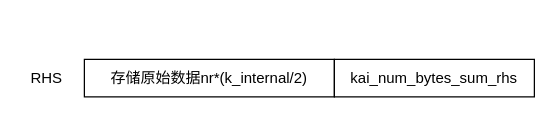
Earlier version of the draw.io diagram ARM/kleidiAI.drawio (mailonghua/drawio). Source tidied: cells renumbered, new cells numbered last; positions are measured from the earlier drawing's top-left corner, leaving out a move shared by most shapes. Both pictures are drawn from the tidied source at 125%, with x=0, y=0 at pixel (21, 59).
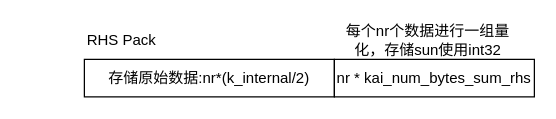
Above is the later version.

Diff of the diagram source:
```diff
@@
 <mxGraphModel>
   <root>
     <mxCell id="0" />
     <mxCell id="1" parent="0" />
-    <mxCell id="2" value="存储原始数据nr*(k_internal/2)" style="rounded=0;whiteSpace=wrap;html=1;" parent="1" vertex="1">
+    <mxCell id="2" value="存储原始数据:nr*(k_internal/2)" style="rounded=0;whiteSpace=wrap;html=1;" parent="1" vertex="1">
       <mxGeometry x="50" width="200" height="30" as="geometry" />
     </mxCell>
-    <mxCell id="3" value="kai_num_bytes_sum_rhs" style="rounded=0;whiteSpace=wrap;html=1;" parent="1" vertex="1">
+    <mxCell id="3" value="nr * kai_num_bytes_sum_rhs" style="rounded=0;whiteSpace=wrap;html=1;" parent="1" vertex="1">
       <mxGeometry x="250" width="160" height="30" as="geometry" />
     </mxCell>
-    <mxCell id="4" value="RHS" style="text;strokeColor=none;align=center;fillColor=none;html=1;verticalAlign=middle;whiteSpace=wrap;rounded=0;" parent="1" vertex="1">
-      <mxGeometry width="40" height="30" as="geometry" />
+    <mxCell id="4" value="RHS Pack" style="text;strokeColor=none;align=center;fillColor=none;html=1;verticalAlign=middle;whiteSpace=wrap;rounded=0;" parent="1" vertex="1">
+      <mxGeometry x="50" y="-30" width="60" height="30" as="geometry" />
     </mxCell>
+    <mxCell id="5" value="每个nr个数据进行一组量化，存储sun使用int32" style="text;strokeColor=none;align=center;fillColor=none;html=1;verticalAlign=middle;whiteSpace=wrap;rounded=0;" parent="1" vertex="1">
+      <mxGeometry x="250" y="-30" width="150" height="30" as="geometry" />
+    </mxCell>
   </root>
 </mxGraphModel>
```
